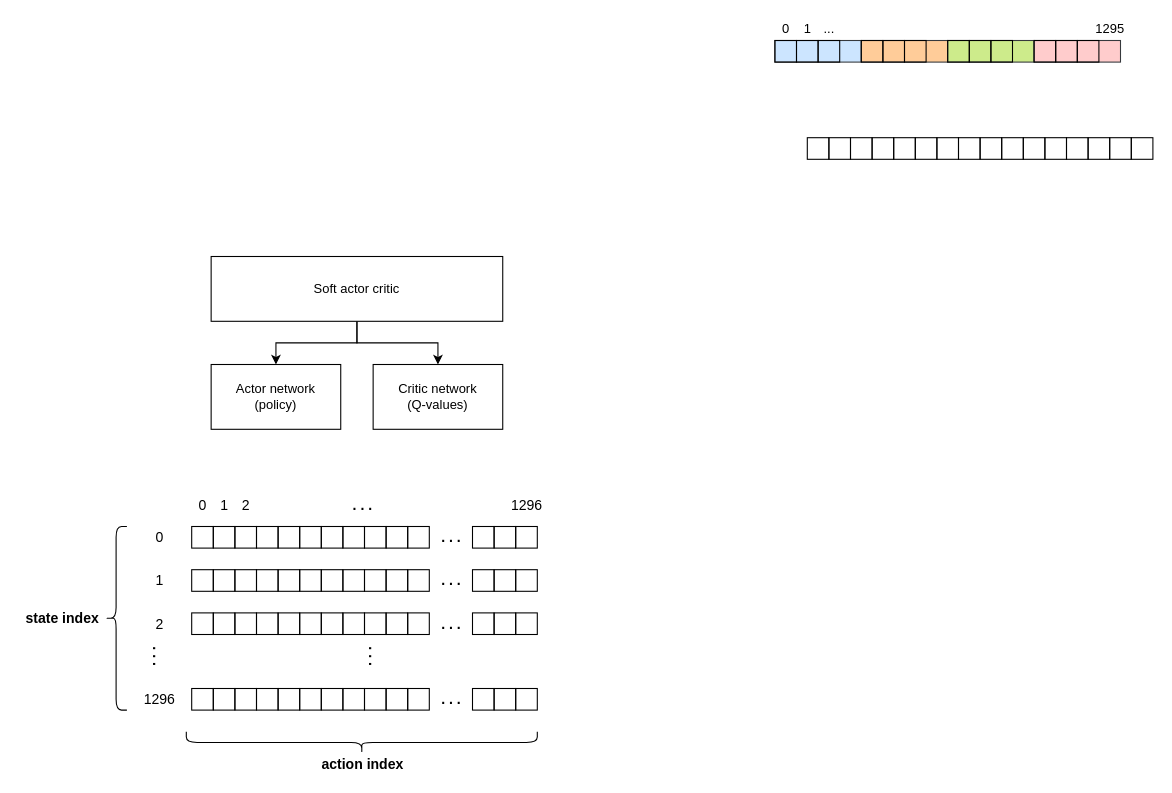
jogrady23/rl-solar keeps this draw.io diagram as page "agent_representation" (2 of 5) of schematics/agent_design.drawio. Above is the earlier version. Source tidied: cells renumbered, new cells numbered last; positions are measured from the earlier drawing's top-left corner, leaving out a move shared by most shapes. Both pictures are drawn from the tidied source at 108%, with x=0, y=0 at pixel (18, 18).
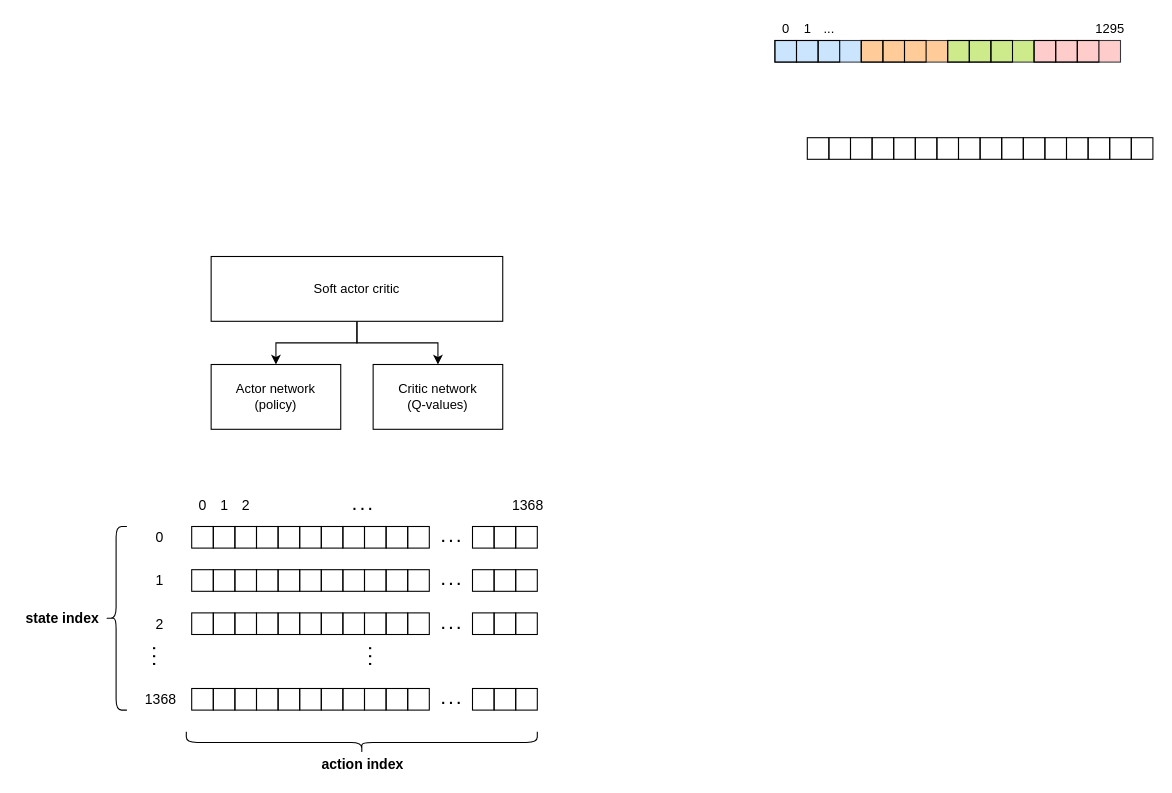
After the change.

What changed in the source:
```diff
@@
-    <mxCell id="108" value="1296" style="text;html=1;align=center;verticalAlign=middle;strokeColor=none;fillColor=none;fontSize=13;" parent="1" vertex="1">
-      <mxGeometry x="110" y="620" width="40" height="20" as="geometry" />
+    <mxCell id="108" value="1368" style="text;html=1;align=center;verticalAlign=middle;strokeColor=none;fillColor=none;fontSize=13;" parent="1" vertex="1">
+      <mxGeometry x="111" y="620" width="39" height="20" as="geometry" />
     </mxCell>
@@
-    <mxCell id="116" value="1296" style="text;html=1;align=center;verticalAlign=middle;strokeColor=none;fillColor=none;fontSize=13;" parent="1" vertex="1">
-      <mxGeometry x="450" y="440" width="40" height="20" as="geometry" />
+    <mxCell id="116" value="1368" style="text;html=1;align=center;verticalAlign=middle;strokeColor=none;fillColor=none;fontSize=13;" parent="1" vertex="1">
+      <mxGeometry x="451" y="440" width="39" height="20" as="geometry" />
     </mxCell>
```
